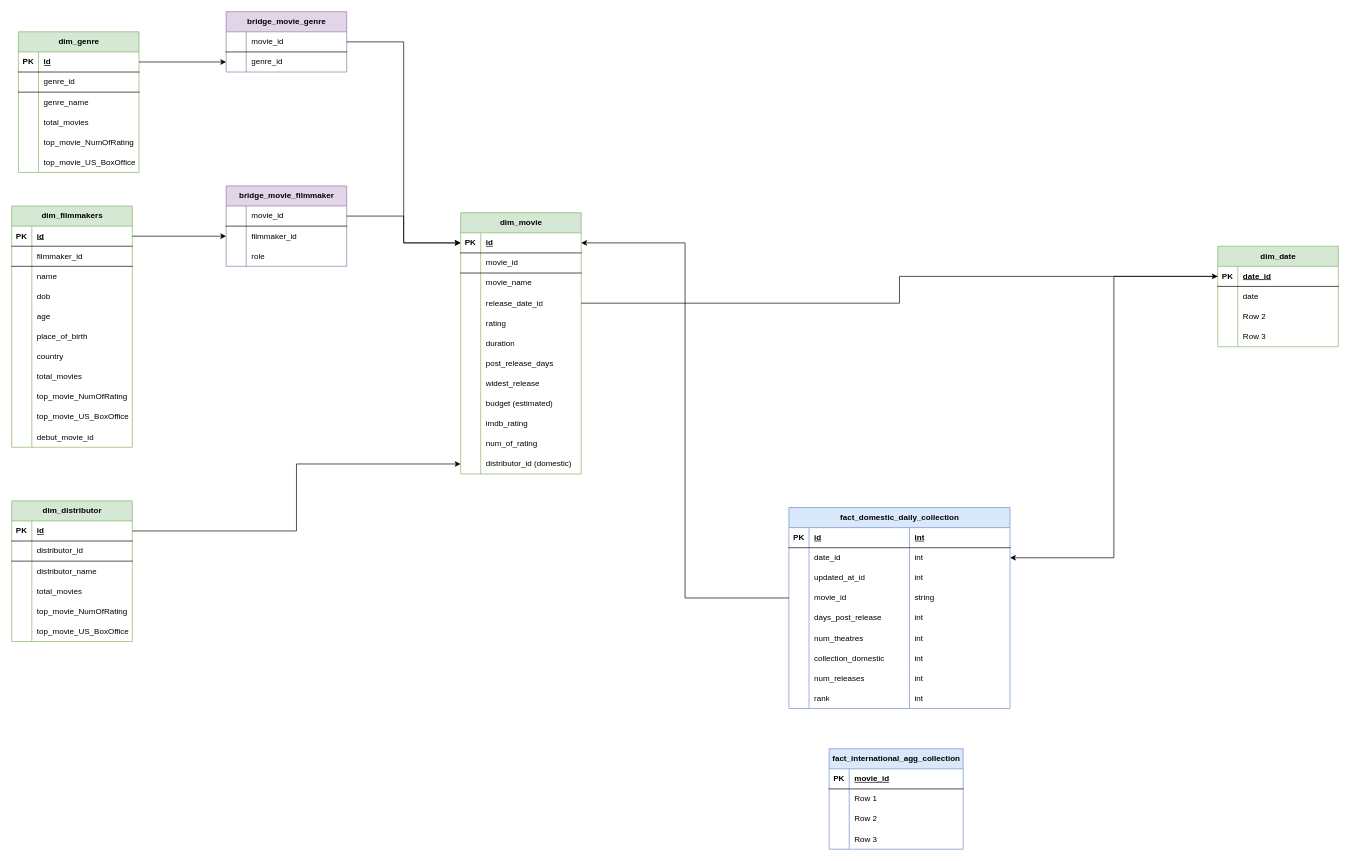
Jayesh1024/movie_data_pipeline keeps this draw.io diagram as dimensional_model.drawio. Above is the earlier version. Source tidied: cells renumbered, new cells numbered last; positions are measured from the earlier drawing's top-left corner, leaving out a move shared by most shapes. Both pictures are drawn from the tidied source at 67%, with x=0, y=0 at pixel (11, 11).
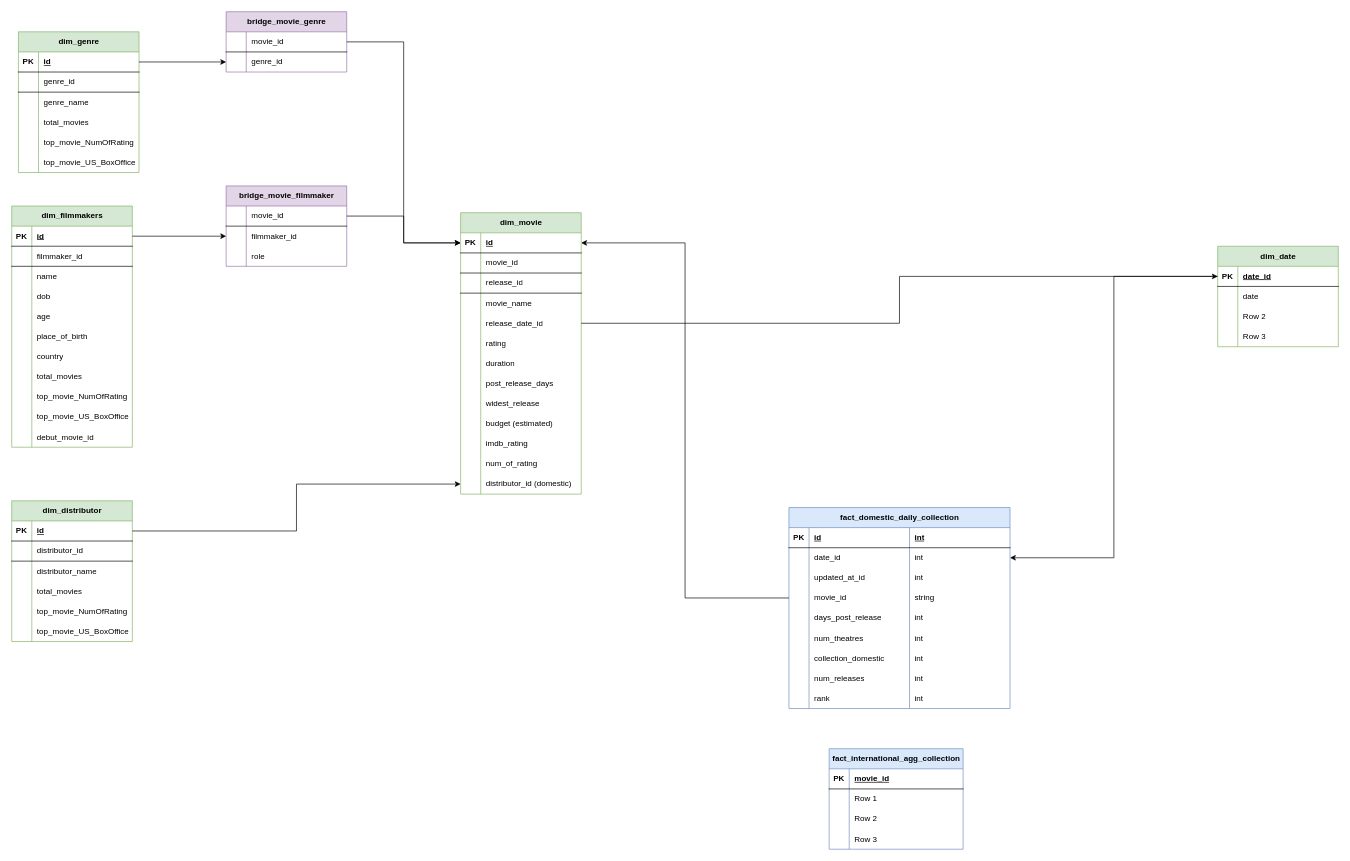
Above is the later version.

Diff of the diagram source:
```diff
@@
     <mxCell id="52" value="dim_movie" style="shape=table;startSize=30;childLayout=tableLayout;rowLines=0;fontStyle=1;align=center;html=1;fillColor=#d5e8d4;strokeColor=#82b366;" parent="1" vertex="1">
-      <mxGeometry x="670" y="300" width="180" height="390" as="geometry" />
+      <mxGeometry x="670" y="300" width="180" height="420" as="geometry" />
     </mxCell>
@@
+    <mxCell id="199" style="shape=tableRow;horizontal=0;startSize=0;swimlaneHead=0;swimlaneBody=0;fillColor=none;top=0;left=0;right=0;bottom=1;" parent="52" vertex="1">
+      <mxGeometry y="90" width="180" height="30" as="geometry" />
+    </mxCell>
+    <mxCell id="200" style="shape=partialRectangle;fillColor=none;top=0;left=0;bottom=0;right=0;fontStyle=1;overflow=hidden;whiteSpace=wrap;html=1;strokeWidth=0;strokeColor=default;" parent="199" vertex="1">
+      <mxGeometry width="30" height="30" as="geometry" />
+    </mxCell>
+    <mxCell id="201" value="&lt;span style=&quot;font-weight: normal;&quot;&gt;release_id&lt;/span&gt;" style="shape=partialRectangle;fillColor=none;top=0;left=0;bottom=0;right=0;align=left;spacingLeft=6;fontStyle=1;overflow=hidden;whiteSpace=wrap;html=1;strokeWidth=0;strokeColor=default;" parent="199" vertex="1">
+      <mxGeometry x="30" width="150" height="30" as="geometry" />
+    </mxCell>
     <mxCell id="59" style="shape=tableRow;horizontal=0;startSize=0;swimlaneHead=0;swimlaneBody=0;fillColor=none;top=0;left=0;right=0;bottom=0;" parent="52" vertex="1">
-      <mxGeometry y="90" width="180" height="30" as="geometry" />
+      <mxGeometry y="120" width="180" height="30" as="geometry" />
     </mxCell>
@@
     <mxCell id="62" style="shape=tableRow;horizontal=0;startSize=0;swimlaneHead=0;swimlaneBody=0;fillColor=none;points=[[0,0.5],[1,0.5]];portConstraint=eastwest;top=0;left=0;right=0;bottom=0;" parent="52" vertex="1">
-      <mxGeometry y="120" width="180" height="30" as="geometry" />
+      <mxGeometry y="150" width="180" height="30" as="geometry" />
     </mxCell>
@@
     <mxCell id="65" style="shape=tableRow;horizontal=0;startSize=0;swimlaneHead=0;swimlaneBody=0;fillColor=none;top=0;left=0;right=0;bottom=0;" parent="52" vertex="1">
-      <mxGeometry y="150" width="180" height="30" as="geometry" />
+      <mxGeometry y="180" width="180" height="30" as="geometry" />
     </mxCell>
@@
     <mxCell id="68" style="shape=tableRow;horizontal=0;startSize=0;swimlaneHead=0;swimlaneBody=0;fillColor=none;top=0;left=0;right=0;bottom=0;" parent="52" vertex="1">
-      <mxGeometry y="180" width="180" height="30" as="geometry" />
+      <mxGeometry y="210" width="180" height="30" as="geometry" />
     </mxCell>
@@
     <mxCell id="71" style="shape=tableRow;horizontal=0;startSize=0;swimlaneHead=0;swimlaneBody=0;fillColor=none;top=0;left=0;right=0;bottom=0;" parent="52" vertex="1">
-      <mxGeometry y="210" width="180" height="30" as="geometry" />
+      <mxGeometry y="240" width="180" height="30" as="geometry" />
     </mxCell>
@@
     <mxCell id="74" style="shape=tableRow;horizontal=0;startSize=0;swimlaneHead=0;swimlaneBody=0;fillColor=none;top=0;left=0;right=0;bottom=0;" parent="52" vertex="1">
-      <mxGeometry y="240" width="180" height="30" as="geometry" />
+      <mxGeometry y="270" width="180" height="30" as="geometry" />
     </mxCell>
@@
     <mxCell id="77" style="shape=tableRow;horizontal=0;startSize=0;swimlaneHead=0;swimlaneBody=0;fillColor=none;top=0;left=0;right=0;bottom=0;" parent="52" vertex="1">
-      <mxGeometry y="270" width="180" height="30" as="geometry" />
+      <mxGeometry y="300" width="180" height="30" as="geometry" />
     </mxCell>
@@
     <mxCell id="80" style="shape=tableRow;horizontal=0;startSize=0;swimlaneHead=0;swimlaneBody=0;fillColor=none;top=0;left=0;right=0;bottom=0;" parent="52" vertex="1">
-      <mxGeometry y="300" width="180" height="30" as="geometry" />
+      <mxGeometry y="330" width="180" height="30" as="geometry" />
     </mxCell>
@@
     <mxCell id="83" style="shape=tableRow;horizontal=0;startSize=0;swimlaneHead=0;swimlaneBody=0;fillColor=none;top=0;left=0;right=0;bottom=0;" parent="52" vertex="1">
-      <mxGeometry y="330" width="180" height="30" as="geometry" />
+      <mxGeometry y="360" width="180" height="30" as="geometry" />
     </mxCell>
@@
     <mxCell id="86" style="shape=tableRow;horizontal=0;startSize=0;swimlaneHead=0;swimlaneBody=0;fillColor=none;points=[[0,0.5],[1,0.5]];portConstraint=eastwest;top=0;left=0;right=0;bottom=0;" parent="52" vertex="1">
-      <mxGeometry y="360" width="180" height="30" as="geometry" />
+      <mxGeometry y="390" width="180" height="30" as="geometry" />
     </mxCell>
```
